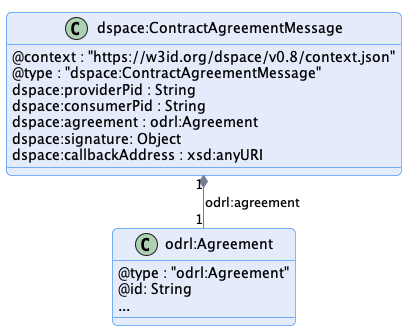
This is negotiation/message/diagram/contract-agreement-message.png from International-Data-Spaces-Association/ids-specification, a PlantUML export, as it was before one commit.
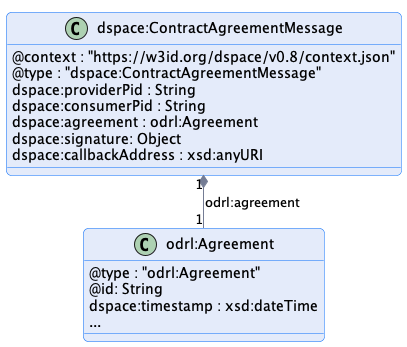
Above is the later version.

Commit message:
fix contract properties providerId, consumerId, timestamp

The edit, as a diff of the source:
```diff
@@ -19,6 +19,7 @@
 class odrl:Agreement {
     @type : "odrl:Agreement"
     @id: String
+    dspace:timestamp : xsd:dateTime
     ...
 }
 
```
